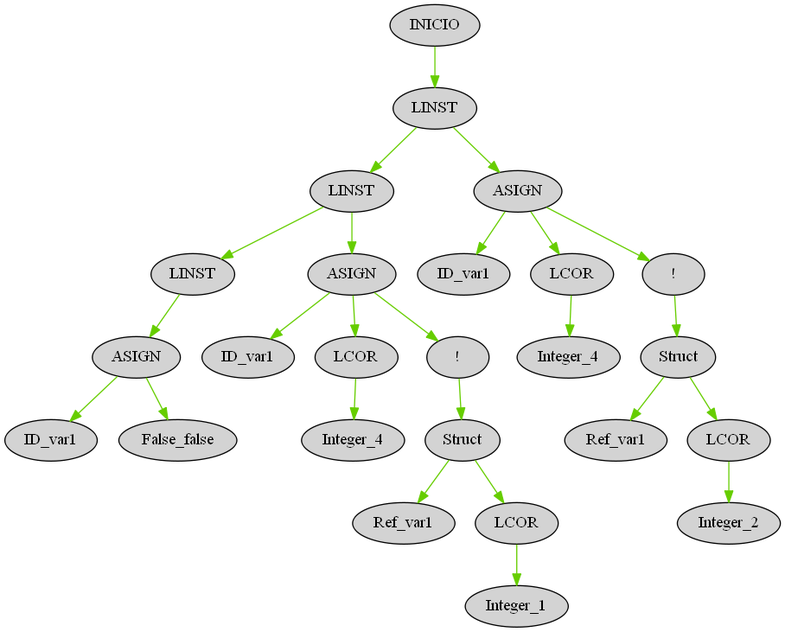
This is OLC2P12020/AST_proyecto.png from ElmerAlay/OLC21P2020, a Graphviz export, as it was before one commit. Its source is kept beside it as OLC2P12020/AST_proyecto.dot.
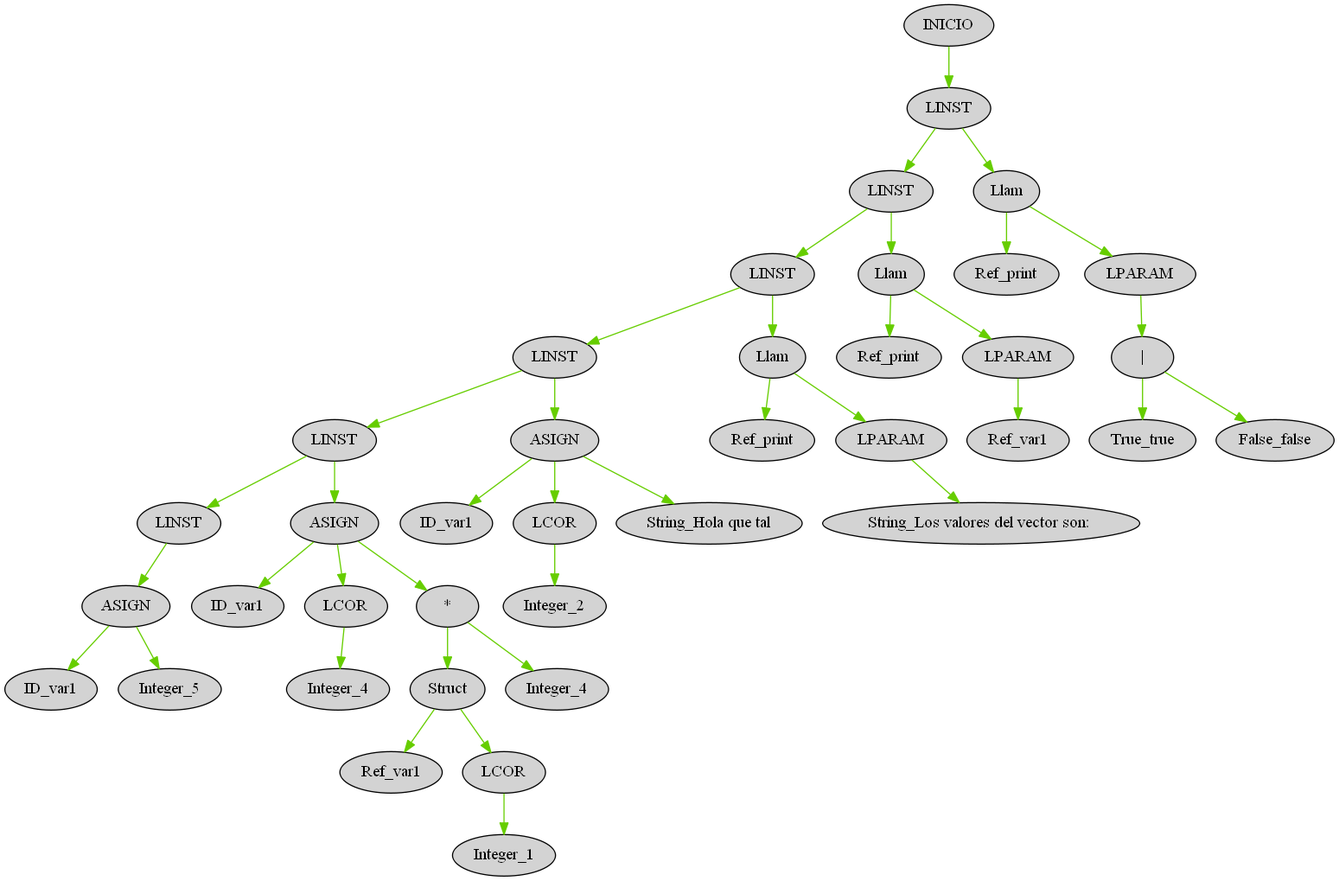
After the change.

Change to the diagram source:
```diff
@@ -1,76 +1,118 @@
 digraph G { node[shape=oval, style=filled, collor=coral]; edge[color=chartreuse3]; rankdir=UD
 
-"78" [label="INICIO"]
-"77" [label="LINST"]
-"78" -> "77"
-"77" [label="LINST"]
-"67" [label="LINST"]
-"77" -> "67"
-"67" [label="LINST"]
-"57" [label="LINST"]
-"67" -> "57"
-"57" [label="LINST"]
-"56" [label="ASIGN"]
-"57" -> "56"
-"56" [label="ASIGN"]
-"55" [label="ID_var1"]
-"56" -> "55"
-"56" [label="ASIGN"]
-"54" [label="False_false"]
-"56" -> "54"
-"67" [label="LINST"]
-"66" [label="ASIGN"]
-"67" -> "66"
-"66" [label="ASIGN"]
-"65" [label="ID_var1"]
-"66" -> "65"
-"66" [label="ASIGN"]
-"59" [label="LCOR"]
-"66" -> "59"
-"59" [label="LCOR"]
-"58" [label="Integer_4"]
-"59" -> "58"
-"66" [label="ASIGN"]
-"64" [label="!"]
-"66" -> "64"
-"64" [label="!"]
-"63" [label="Struct"]
-"64" -> "63"
-"63" [label="Struct"]
-"62" [label="Ref_var1"]
-"63" -> "62"
-"63" [label="Struct"]
-"61" [label="LCOR"]
-"63" -> "61"
-"61" [label="LCOR"]
-"60" [label="Integer_1"]
-"61" -> "60"
-"77" [label="LINST"]
-"76" [label="ASIGN"]
-"77" -> "76"
-"76" [label="ASIGN"]
-"75" [label="ID_var1"]
-"76" -> "75"
-"76" [label="ASIGN"]
-"69" [label="LCOR"]
-"76" -> "69"
-"69" [label="LCOR"]
-"68" [label="Integer_4"]
-"69" -> "68"
-"76" [label="ASIGN"]
-"74" [label="!"]
-"76" -> "74"
-"74" [label="!"]
-"73" [label="Struct"]
-"74" -> "73"
-"73" [label="Struct"]
-"72" [label="Ref_var1"]
-"73" -> "72"
-"73" [label="Struct"]
-"71" [label="LCOR"]
-"73" -> "71"
-"71" [label="LCOR"]
-"70" [label="Integer_2"]
-"71" -> "70"
+"129" [label="INICIO"]
+"128" [label="LINST"]
+"129" -> "128"
+"128" [label="LINST"]
+"121" [label="LINST"]
+"128" -> "121"
+"121" [label="LINST"]
+"116" [label="LINST"]
+"121" -> "116"
+"116" [label="LINST"]
+"111" [label="LINST"]
+"116" -> "111"
+"111" [label="LINST"]
+"105" [label="LINST"]
+"111" -> "105"
+"105" [label="LINST"]
+"94" [label="LINST"]
+"105" -> "94"
+"94" [label="LINST"]
+"93" [label="ASIGN"]
+"94" -> "93"
+"93" [label="ASIGN"]
+"92" [label="ID_var1"]
+"93" -> "92"
+"93" [label="ASIGN"]
+"91" [label="Integer_5"]
+"93" -> "91"
+"105" [label="LINST"]
+"104" [label="ASIGN"]
+"105" -> "104"
+"104" [label="ASIGN"]
+"103" [label="ID_var1"]
+"104" -> "103"
+"104" [label="ASIGN"]
+"96" [label="LCOR"]
+"104" -> "96"
+"96" [label="LCOR"]
+"95" [label="Integer_4"]
+"96" -> "95"
+"104" [label="ASIGN"]
+"102" [label="*"]
+"104" -> "102"
+"102" [label="*"]
+"100" [label="Struct"]
+"102" -> "100"
+"100" [label="Struct"]
+"99" [label="Ref_var1"]
+"100" -> "99"
+"100" [label="Struct"]
+"98" [label="LCOR"]
+"100" -> "98"
+"98" [label="LCOR"]
+"97" [label="Integer_1"]
+"98" -> "97"
+"102" [label="*"]
+"101" [label="Integer_4"]
+"102" -> "101"
+"111" [label="LINST"]
+"110" [label="ASIGN"]
+"111" -> "110"
+"110" [label="ASIGN"]
+"109" [label="ID_var1"]
+"110" -> "109"
+"110" [label="ASIGN"]
+"107" [label="LCOR"]
+"110" -> "107"
+"107" [label="LCOR"]
+"106" [label="Integer_2"]
+"107" -> "106"
+"110" [label="ASIGN"]
+"108" [label="String_Hola que tal"]
+"110" -> "108"
+"116" [label="LINST"]
+"115" [label="Llam"]
+"116" -> "115"
+"115" [label="Llam"]
+"114" [label="Ref_print"]
+"115" -> "114"
+"115" [label="Llam"]
+"113" [label="LPARAM"]
+"115" -> "113"
+"113" [label="LPARAM"]
+"112" [label="String_Los valores del vector son: "]
+"113" -> "112"
+"121" [label="LINST"]
+"120" [label="Llam"]
+"121" -> "120"
+"120" [label="Llam"]
+"119" [label="Ref_print"]
+"120" -> "119"
+"120" [label="Llam"]
+"118" [label="LPARAM"]
+"120" -> "118"
+"118" [label="LPARAM"]
+"117" [label="Ref_var1"]
+"118" -> "117"
+"128" [label="LINST"]
+"127" [label="Llam"]
+"128" -> "127"
+"127" [label="Llam"]
+"126" [label="Ref_print"]
+"127" -> "126"
+"127" [label="Llam"]
+"125" [label="LPARAM"]
+"127" -> "125"
+"125" [label="LPARAM"]
+"124" [label="|"]
+"125" -> "124"
+"124" [label="|"]
+"122" [label="True_true"]
+"124" -> "122"
+"124" [label="|"]
+"123" [label="False_false"]
+"124" -> "123"
 
 }
```
